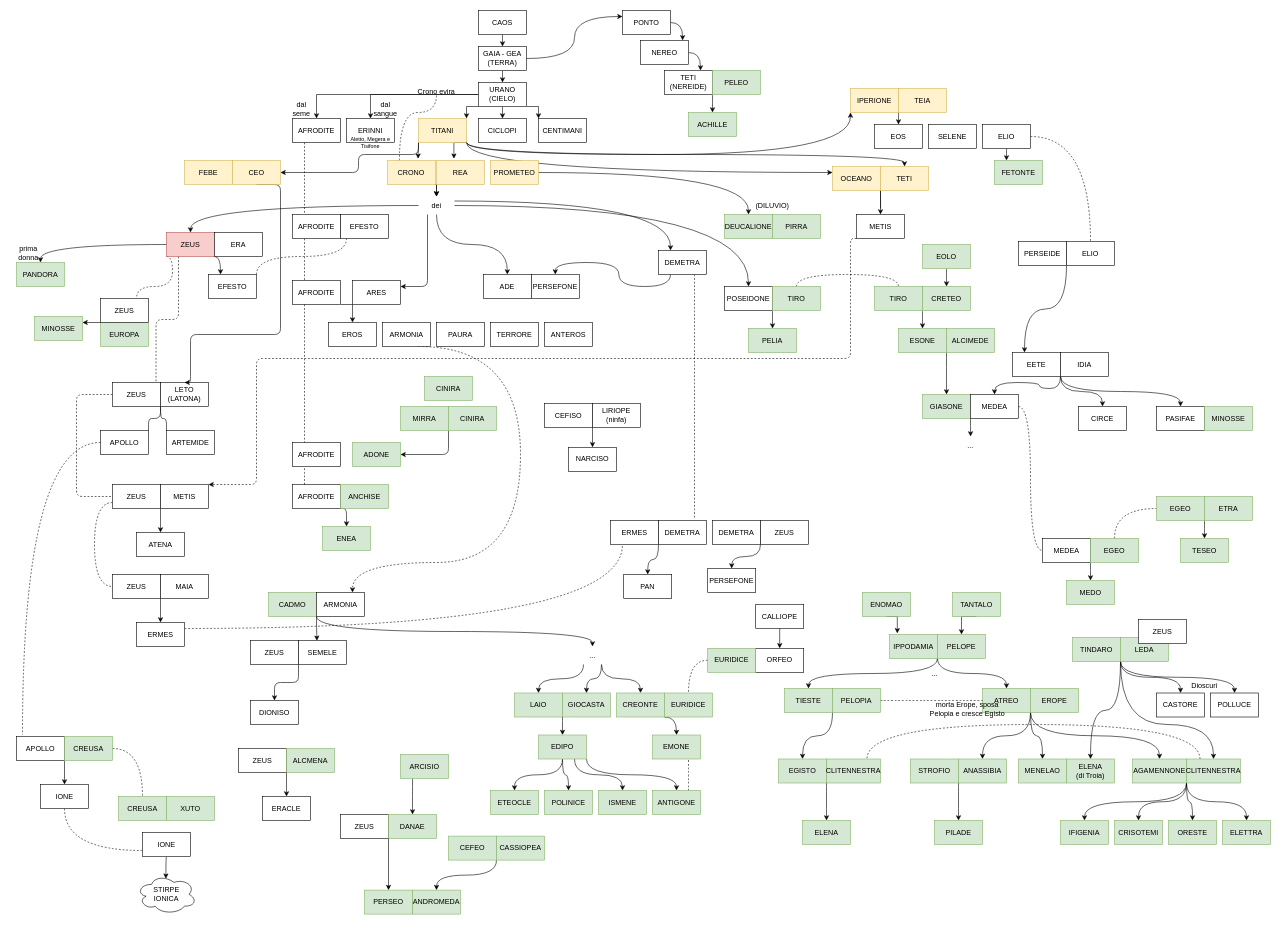
Above: miti.drawio in tcaru/diagrams (draw.io), before the change. Source tidied: cells renumbered, new cells numbered last; positions are measured from the earlier drawing's top-left corner, leaving out a move shared by most shapes. Both pictures are drawn from the tidied source at 60%, with x=0, y=0 at pixel (10, 10).
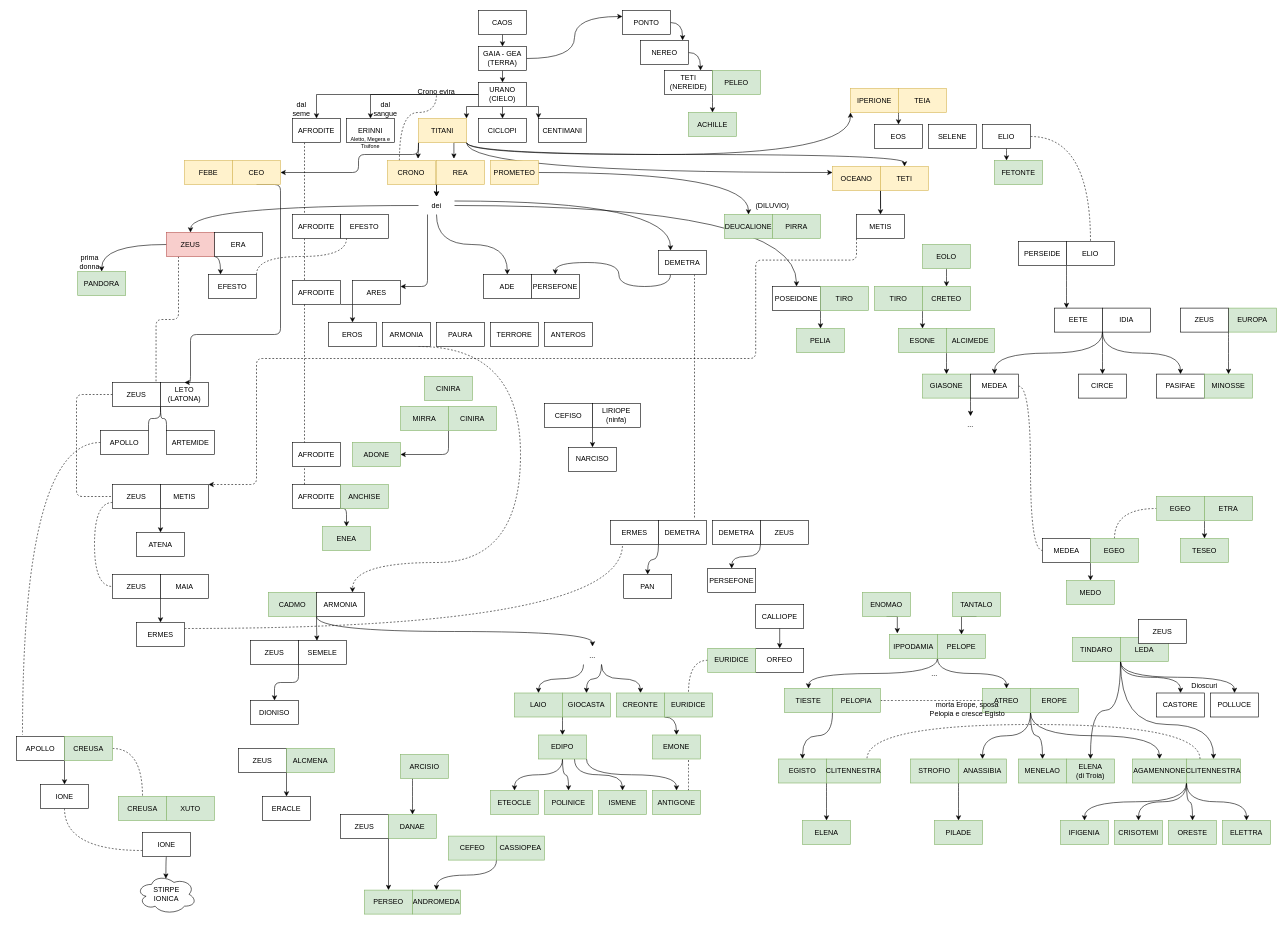
The same diagram, later.

Unchanged cells that the change refers to:
```xml
<mxCell id="39" value="ZEUS" style="rounded=0;whiteSpace=wrap;html=1;fillColor=#f8cecc;strokeColor=#b85450;" parent="1" vertex="1">
  <mxGeometry x="260" y="370" width="80" height="40" as="geometry" />
</mxCell>
<mxCell id="101" value="METIS" style="rounded=0;whiteSpace=wrap;html=1;" parent="1" vertex="1">
  <mxGeometry x="1410" y="340" width="80" height="40" as="geometry" />
</mxCell>
<mxCell id="105" value="METIS" style="rounded=0;whiteSpace=wrap;html=1;" parent="1" vertex="1">
  <mxGeometry x="250" y="790" width="80" height="40" as="geometry" />
</mxCell>
<mxCell id="155" value="TIRO" style="rounded=0;whiteSpace=wrap;html=1;fillColor=#d5e8d4;strokeColor=#82b366;" parent="1" vertex="1">
  <mxGeometry x="1440" y="460" width="80" height="40" as="geometry" />
</mxCell>
```

Change to the diagram source:
```diff
@@
-    <mxCell id="37" style="edgeStyle=orthogonalEdgeStyle;curved=1;jettySize=auto;html=1;exitX=0;exitY=1;exitDx=0;exitDy=0;entryX=0.75;entryY=0;entryDx=0;entryDy=0;endArrow=none;endFill=0;dashed=1;" parent="1" edge="1" source="39" target="57">
-      <mxGeometry relative="1" as="geometry">
-        <Array as="points">
-          <mxPoint x="270" y="410" />
-          <mxPoint x="270" y="460" />
-          <mxPoint x="210" y="460" />
-        </Array>
-      </mxGeometry>
-    </mxCell>
@@
     <mxCell id="41" value="POSEIDONE" style="rounded=0;whiteSpace=wrap;html=1;" parent="1" vertex="1">
-      <mxGeometry x="1190" y="460" width="80" height="40" as="geometry" />
+      <mxGeometry x="1270" y="460" width="80" height="40" as="geometry" />
     </mxCell>
@@
     <mxCell id="49" value="PANDORA" style="rounded=0;whiteSpace=wrap;html=1;fillColor=#d5e8d4;strokeColor=#82b366;" parent="1" vertex="1">
-      <mxGeometry x="10" y="420" width="80" height="40" as="geometry" />
+      <mxGeometry x="112" y="435" width="80" height="40" as="geometry" />
     </mxCell>
     <mxCell id="50" value="prima donna" style="text;html=1;strokeColor=none;fillColor=none;align=center;verticalAlign=middle;whiteSpace=wrap;rounded=0;" parent="1" vertex="1">
-      <mxGeometry y="390" width="60" height="30" as="geometry" />
+      <mxGeometry x="102" y="405" width="60" height="30" as="geometry" />
     </mxCell>
@@
-    <mxCell id="54" style="edgeStyle=orthogonalEdgeStyle;rounded=0;jettySize=auto;html=1;exitX=0;exitY=0;exitDx=0;exitDy=0;entryX=0;entryY=1;entryDx=0;entryDy=0;endArrow=none;endFill=0;" parent="1" edge="1" source="55" target="57">
-      <mxGeometry relative="1" as="geometry" />
+    <mxCell id="54" style="edgeStyle=orthogonalEdgeStyle;rounded=0;orthogonalLoop=1;jettySize=auto;html=1;exitX=0;exitY=0;exitDx=0;exitDy=0;entryX=0;entryY=1;entryDx=0;entryDy=0;endArrow=none;endFill=0;" parent="1" edge="1">
+      <mxGeometry relative="1" as="geometry">
+        <mxPoint x="150" y="520" as="targetPoint" />
+      </mxGeometry>
     </mxCell>
-    <mxCell id="55" value="EUROPA" style="rounded=0;whiteSpace=wrap;html=1;fillColor=#d5e8d4;strokeColor=#82b366;" parent="1" vertex="1">
-      <mxGeometry x="150" y="520" width="80" height="40" as="geometry" />
-    </mxCell>
-    <mxCell id="56" style="edgeStyle=orthogonalEdgeStyle;rounded=0;jettySize=auto;html=1;exitX=0;exitY=1;exitDx=0;exitDy=0;entryX=1;entryY=0.25;entryDx=0;entryDy=0;endArrow=classic;endFill=1;" parent="1" edge="1" source="57" target="58">
-      <mxGeometry relative="1" as="geometry" />
-    </mxCell>
-    <mxCell id="57" value="ZEUS" style="rounded=0;whiteSpace=wrap;html=1;" parent="1" vertex="1">
-      <mxGeometry x="150" y="480" width="80" height="40" as="geometry" />
-    </mxCell>
-    <mxCell id="58" value="MINOSSE" style="rounded=0;whiteSpace=wrap;html=1;fillColor=#d5e8d4;strokeColor=#82b366;" parent="1" vertex="1">
-      <mxGeometry x="40" y="510" width="80" height="40" as="geometry" />
-    </mxCell>
@@
     <mxCell id="100" style="edgeStyle=orthogonalEdgeStyle;rounded=1;jettySize=auto;html=1;exitX=0;exitY=1;exitDx=0;exitDy=0;entryX=1;entryY=0;entryDx=0;entryDy=0;endArrow=classic;endFill=1;dashed=1;" parent="1" edge="1" source="101" target="105">
       <mxGeometry relative="1" as="geometry">
         <Array as="points">
-          <mxPoint x="1400" y="580" />
+          <mxPoint x="1410" y="416" />
+          <mxPoint x="1242" y="416" />
+          <mxPoint x="1242" y="580" />
           <mxPoint x="410" y="580" />
           <mxPoint x="410" y="790" />
         </Array>
       </mxGeometry>
     </mxCell>
@@
-    <mxCell id="151" style="edgeStyle=orthogonalEdgeStyle;curved=1;jettySize=auto;html=1;exitX=0.5;exitY=0;exitDx=0;exitDy=0;entryX=0.5;entryY=0;entryDx=0;entryDy=0;endArrow=none;endFill=0;dashed=1;" parent="1" edge="1" source="153" target="155">
-      <mxGeometry relative="1" as="geometry" />
-    </mxCell>
@@
     <mxCell id="153" value="TIRO" style="rounded=0;whiteSpace=wrap;html=1;fillColor=#d5e8d4;strokeColor=#82b366;" parent="1" vertex="1">
-      <mxGeometry x="1270" y="460" width="80" height="40" as="geometry" />
+      <mxGeometry x="1350" y="460" width="80" height="40" as="geometry" />
     </mxCell>
@@
     <mxCell id="157" value="PELIA" style="rounded=0;whiteSpace=wrap;html=1;fillColor=#d5e8d4;strokeColor=#82b366;" parent="1" vertex="1">
-      <mxGeometry x="1230" y="530" width="80" height="40" as="geometry" />
+      <mxGeometry x="1310" y="530" width="80" height="40" as="geometry" />
     </mxCell>
@@
     <mxCell id="161" value="GIASONE" style="rounded=0;whiteSpace=wrap;html=1;fillColor=#d5e8d4;strokeColor=#82b366;" parent="1" vertex="1">
-      <mxGeometry x="1520" y="640" width="80" height="40" as="geometry" />
+      <mxGeometry x="1520" y="606" width="80" height="40" as="geometry" />
     </mxCell>
@@
     <mxCell id="163" style="edgeStyle=orthogonalEdgeStyle;curved=1;jettySize=auto;html=1;exitX=0;exitY=1;exitDx=0;exitDy=0;endArrow=classic;endFill=1;" parent="1" edge="1" source="164">
       <mxGeometry relative="1" as="geometry">
-        <mxPoint x="1600.1" y="710" as="targetPoint" />
+        <mxPoint x="1600.1" y="676" as="targetPoint" />
       </mxGeometry>
     </mxCell>
     <mxCell id="164" value="MEDEA" style="rounded=0;whiteSpace=wrap;html=1;" parent="1" vertex="1">
-      <mxGeometry x="1600" y="640" width="80" height="40" as="geometry" />
+      <mxGeometry x="1600" y="606" width="80" height="40" as="geometry" />
     </mxCell>
@@
     <mxCell id="177" value="EETE" style="rounded=0;whiteSpace=wrap;html=1;" parent="1" vertex="1">
-      <mxGeometry x="1670" y="570" width="80" height="40" as="geometry" />
+      <mxGeometry x="1740" y="496" width="80" height="40" as="geometry" />
     </mxCell>
@@
     <mxCell id="181" value="IDIA" style="rounded=0;whiteSpace=wrap;html=1;" parent="1" vertex="1">
-      <mxGeometry x="1750" y="570" width="80" height="40" as="geometry" />
+      <mxGeometry x="1820" y="496" width="80" height="40" as="geometry" />
     </mxCell>
@@
     <mxCell id="194" value="CIRCE" style="rounded=0;whiteSpace=wrap;html=1;" parent="1" vertex="1">
-      <mxGeometry x="1780" y="660" width="80" height="40" as="geometry" />
+      <mxGeometry x="1780" y="606" width="80" height="40" as="geometry" />
     </mxCell>
     <mxCell id="195" value="PASIFAE" style="rounded=0;whiteSpace=wrap;html=1;" parent="1" vertex="1">
-      <mxGeometry x="1910" y="660" width="80" height="40" as="geometry" />
+      <mxGeometry x="1910" y="606" width="80" height="40" as="geometry" />
     </mxCell>
     <mxCell id="196" value="MINOSSE" style="rounded=0;whiteSpace=wrap;html=1;fillColor=#d5e8d4;strokeColor=#82b366;" parent="1" vertex="1">
-      <mxGeometry x="1990" y="660" width="80" height="40" as="geometry" />
+      <mxGeometry x="1990" y="606" width="80" height="40" as="geometry" />
     </mxCell>
     <mxCell id="197" value="..." style="text;html=1;strokeColor=none;fillColor=none;align=center;verticalAlign=middle;whiteSpace=wrap;rounded=0;" parent="1" vertex="1">
-      <mxGeometry x="1570" y="710" width="60" height="30" as="geometry" />
+      <mxGeometry x="1570" y="676" width="60" height="30" as="geometry" />
     </mxCell>
@@
+    <mxCell id="55" value="EUROPA" style="rounded=0;whiteSpace=wrap;html=1;fillColor=#d5e8d4;strokeColor=#82b366;" parent="1" vertex="1">
+      <mxGeometry x="2030" y="496" width="80" height="40" as="geometry" />
+    </mxCell>
+    <mxCell id="293" style="edgeStyle=orthogonalEdgeStyle;curved=1;jettySize=auto;html=1;exitX=1;exitY=1;exitDx=0;exitDy=0;entryX=0.5;entryY=0;entryDx=0;entryDy=0;endArrow=classic;endFill=1;" parent="1" edge="1" source="57" target="196">
+      <mxGeometry relative="1" as="geometry" />
+    </mxCell>
+    <mxCell id="57" value="ZEUS" style="rounded=0;whiteSpace=wrap;html=1;" parent="1" vertex="1">
+      <mxGeometry x="1950" y="496" width="80" height="40" as="geometry" />
+    </mxCell>
```
